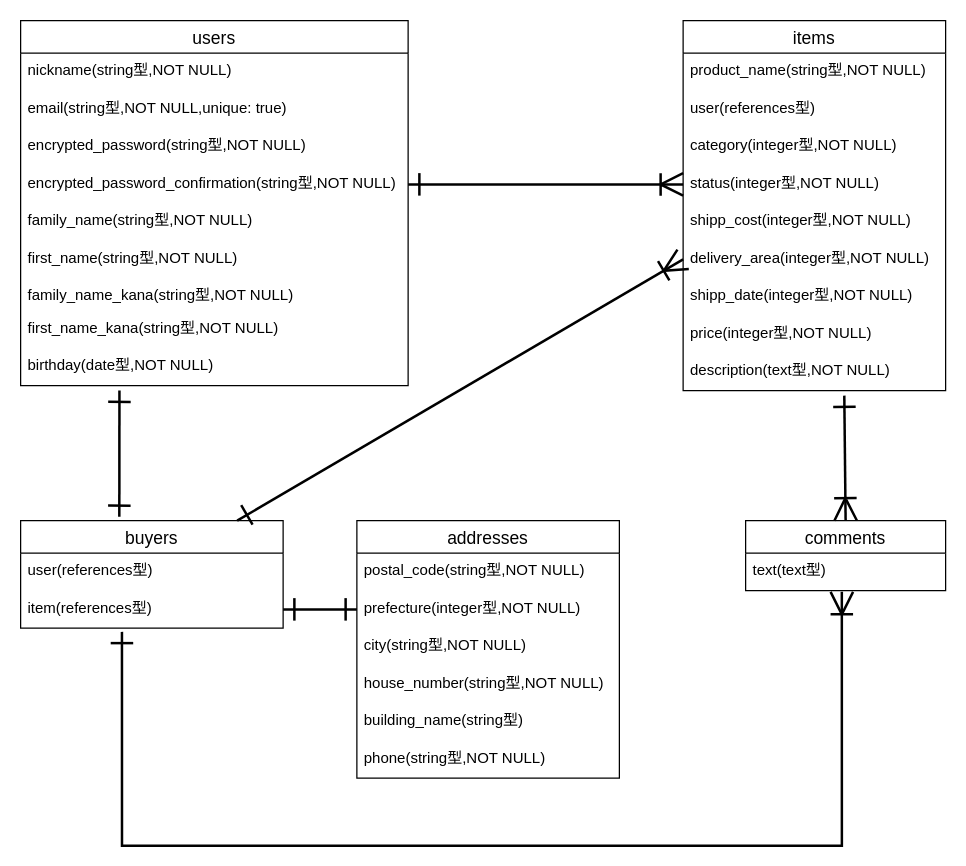
This is page "ページ1" (1 of 2) of er.dio from ryosuke-shimizu/furima-35253, a draw.io file, before an edit. Source tidied: cells renumbered, new cells numbered last; positions are measured from the earlier drawing's top-left corner, leaving out a move shared by most shapes. Both pictures are drawn from the tidied source at 125%, with x=0, y=0 at pixel (20, 20).
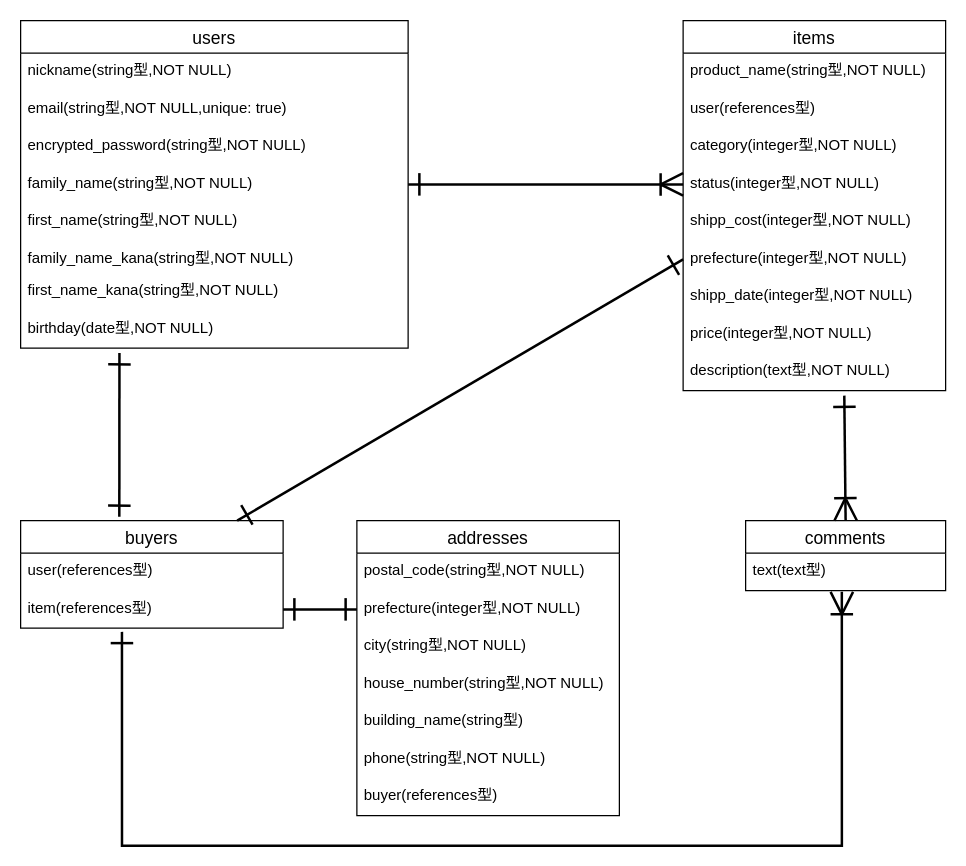
After the change.

Commit message (it also covers changes not shown here):
ER図、README再修正

Unchanged cells that the change refers to:
```xml
<mxCell id="12" value="items" style="swimlane;fontStyle=0;horizontal=1;startSize=26;align=center;fontSize=14;" parent="1" vertex="1">
  <mxGeometry x="530" width="210" height="296" as="geometry" />
</mxCell>
<mxCell id="16" value="status(integer型,NOT NULL)" style="text;strokeColor=none;fillColor=none;spacingLeft=4;spacingRight=4;overflow=hidden;points=[[0,0.5],[1,0.5]];portConstraint=eastwest;fontSize=12;" parent="12" vertex="1">
  <mxGeometry y="116" width="210" height="30" as="geometry" />
</mxCell>
<mxCell id="22" value="buyers" style="swimlane;fontStyle=0;horizontal=1;startSize=26;align=center;fontSize=14;" parent="1" vertex="1">
  <mxGeometry y="400" width="210" height="86" as="geometry" />
</mxCell>
```

The edit, as a diff of the source:
```diff
@@
     <mxCell id="2" value="users" style="swimlane;fontStyle=0;horizontal=1;startSize=26;align=center;fontSize=14;" parent="1" vertex="1">
-      <mxGeometry width="310" height="292" as="geometry" />
+      <mxGeometry width="310" height="262" as="geometry" />
     </mxCell>
@@
-    <mxCell id="6" value="encrypted_password_confirmation(string型,NOT NULL)" style="text;strokeColor=none;fillColor=none;spacingLeft=4;spacingRight=4;overflow=hidden;points=[[0,0.5],[1,0.5]];portConstraint=eastwest;fontSize=12;" parent="2" vertex="1">
-      <mxGeometry y="116" width="310" height="30" as="geometry" />
-    </mxCell>
     <mxCell id="7" value="family_name(string型,NOT NULL)" style="text;strokeColor=none;fillColor=none;spacingLeft=4;spacingRight=4;overflow=hidden;fontSize=12;" parent="2" vertex="1">
-      <mxGeometry y="146" width="310" height="30" as="geometry" />
+      <mxGeometry y="116" width="310" height="30" as="geometry" />
     </mxCell>
     <mxCell id="8" value="first_name(string型,NOT NULL)" style="text;strokeColor=none;fillColor=none;spacingLeft=4;spacingRight=4;overflow=hidden;fontSize=12;" parent="2" vertex="1">
-      <mxGeometry y="176" width="310" height="30" as="geometry" />
+      <mxGeometry y="146" width="310" height="30" as="geometry" />
     </mxCell>
     <mxCell id="9" value="family_name_kana(string型,NOT NULL)" style="text;strokeColor=none;fillColor=none;spacingLeft=4;spacingRight=4;overflow=hidden;fontSize=12;" parent="2" vertex="1">
-      <mxGeometry y="206" width="310" height="26" as="geometry" />
+      <mxGeometry y="176" width="310" height="26" as="geometry" />
     </mxCell>
     <mxCell id="10" value="first_name_kana(string型,NOT NULL)" style="text;strokeColor=none;fillColor=none;spacingLeft=4;spacingRight=4;overflow=hidden;fontSize=12;" parent="2" vertex="1">
-      <mxGeometry y="232" width="310" height="30" as="geometry" />
+      <mxGeometry y="202" width="310" height="30" as="geometry" />
     </mxCell>
     <mxCell id="11" value="birthday(date型,NOT NULL)" style="text;strokeColor=none;fillColor=none;spacingLeft=4;spacingRight=4;overflow=hidden;points=[[0,0.5],[1,0.5]];portConstraint=eastwest;fontSize=12;" parent="2" vertex="1">
-      <mxGeometry y="262" width="310" height="30" as="geometry" />
+      <mxGeometry y="232" width="310" height="30" as="geometry" />
     </mxCell>
@@
-    <mxCell id="18" value="delivery_area(integer型,NOT NULL)" style="text;strokeColor=none;fillColor=none;spacingLeft=4;spacingRight=4;overflow=hidden;points=[[0,0.5],[1,0.5]];portConstraint=eastwest;fontSize=12;" parent="12" vertex="1">
+    <mxCell id="18" value="prefecture(integer型,NOT NULL)" style="text;strokeColor=none;fillColor=none;spacingLeft=4;spacingRight=4;overflow=hidden;points=[[0,0.5],[1,0.5]];portConstraint=eastwest;fontSize=12;" parent="12" vertex="1">
       <mxGeometry y="176" width="210" height="30" as="geometry" />
     </mxCell>
@@
     <mxCell id="25" value="addresses" style="swimlane;fontStyle=0;horizontal=1;startSize=26;align=center;fontSize=14;" parent="1" vertex="1">
-      <mxGeometry x="269" y="400" width="210" height="206" as="geometry" />
+      <mxGeometry x="269" y="400" width="210" height="236" as="geometry" />
     </mxCell>
@@
+    <mxCell id="40" value="buyer(references型)" style="text;strokeColor=none;fillColor=none;spacingLeft=4;spacingRight=4;overflow=hidden;fontSize=12;" parent="25" vertex="1">
+      <mxGeometry y="206" width="210" height="30" as="geometry" />
+    </mxCell>
@@
-    <mxCell id="34" style="edgeStyle=entityRelationEdgeStyle;fontSize=12;html=1;endArrow=ERoneToMany;startArrow=ERone;entryX=0;entryY=0.5;entryDx=0;entryDy=0;strokeWidth=2;startFill=0;endSize=15;startSize=15;exitX=1;exitY=0.5;exitDx=0;exitDy=0;" parent="1" edge="1" source="6" target="16">
-      <mxGeometry relative="1" as="geometry" />
+    <mxCell id="34" style="edgeStyle=entityRelationEdgeStyle;fontSize=12;html=1;endArrow=ERoneToMany;startArrow=ERone;entryX=0;entryY=0.5;entryDx=0;entryDy=0;strokeWidth=2;startFill=0;endSize=15;startSize=15;exitX=1;exitY=0.5;exitDx=0;exitDy=0;" parent="1" edge="1" target="16">
+      <mxGeometry relative="1" as="geometry">
+        <mxPoint x="310" y="131" as="sourcePoint" />
+      </mxGeometry>
     </mxCell>
@@
-    <mxCell id="36" style="fontSize=12;html=1;endArrow=ERoneToMany;startArrow=ERone;strokeWidth=2;startFill=0;rounded=0;exitX=0.825;exitY=0;exitDx=0;exitDy=0;startSize=15;endSize=15;exitPerimeter=0;entryX=0;entryY=0.5;entryDx=0;entryDy=0;" parent="1" edge="1" source="22" target="18">
+    <mxCell id="36" style="fontSize=12;html=1;endArrow=ERone;startArrow=ERone;strokeWidth=2;startFill=0;rounded=0;exitX=0.825;exitY=0;exitDx=0;exitDy=0;startSize=15;endSize=15;exitPerimeter=0;entryX=0;entryY=0.5;entryDx=0;entryDy=0;endFill=0;" parent="1" edge="1" source="22" target="18">
       <mxGeometry relative="1" as="geometry" />
     </mxCell>
```
